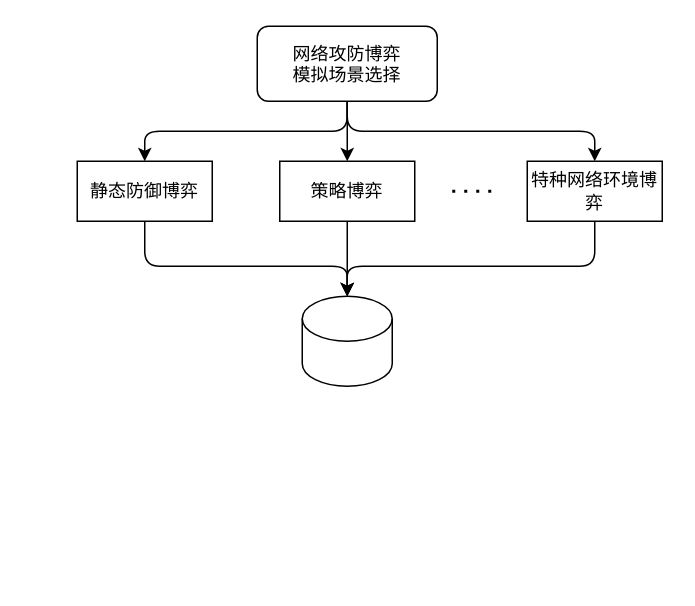
Before: 投标_策略评估流程.drawio in undinuanao/-, a draw.io diagram. Source tidied: cells renumbered, new cells numbered last; positions are measured from the earlier drawing's top-left corner, leaving out a move shared by most shapes. Both pictures are drawn from the tidied source at 150%, with x=0, y=0 at pixel (76, 26).
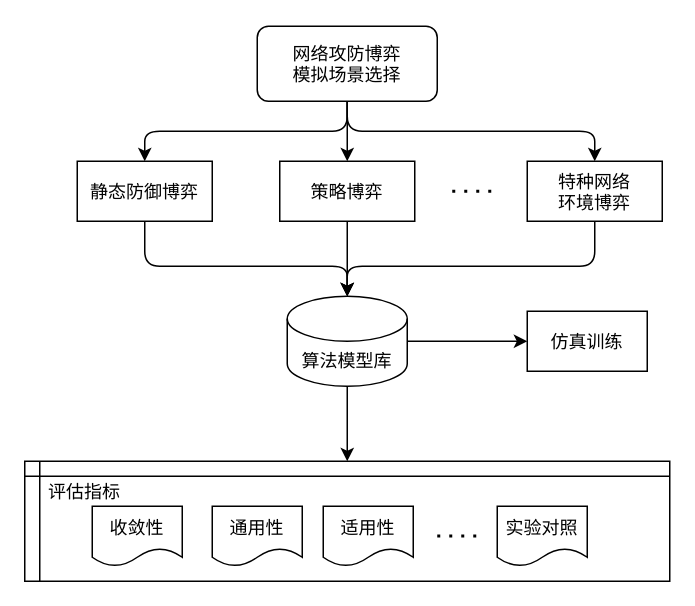
Above is the later version.

Commit message (it also covers changes not shown here):
更新投标_策略评估流程.drawio

The change refers to these unchanged cells:
```xml
<mxCell id="2" value="网络攻防博弈&#10;模拟场景选择" style="rounded=1;" parent="1" vertex="1">
  <mxGeometry x="120" width="120" height="50" as="geometry" />
</mxCell>
```

Change to the diagram source:
```diff
@@
-    <mxCell id="3" value="静态防御博弈" style="rounded=0;whiteSpace=wrap;html=1;" parent="1" vertex="1">
+    <mxCell id="3" value="静态防御博弈" style="rounded=0;" parent="1" vertex="1">
       <mxGeometry y="90" width="90" height="40" as="geometry" />
     </mxCell>
-    <mxCell id="4" value="策略博弈" style="rounded=0;whiteSpace=wrap;html=1;" parent="1" vertex="1">
+    <mxCell id="4" value="策略博弈" style="rounded=0;" parent="1" vertex="1">
       <mxGeometry x="135" y="90" width="90" height="40" as="geometry" />
     </mxCell>
-    <mxCell id="5" value="特种网络环境博弈" style="rounded=0;whiteSpace=wrap;html=1;" parent="1" vertex="1">
+    <mxCell id="5" value="特种网络&#10;环境博弈" style="rounded=0;" parent="1" vertex="1">
       <mxGeometry x="300" y="90" width="90" height="40" as="geometry" />
     </mxCell>
-    <mxCell id="6" style="endArrow=none;dashed=1;html=1;dashPattern=1 3;strokeWidth=2;" parent="1" edge="1">
+    <mxCell id="6" style="endArrow=none;dashed=1;dashPattern=1 3;strokeWidth=2;" parent="1" edge="1">
       <mxGeometry relative="1" as="geometry">
         <mxPoint x="250" y="110" as="sourcePoint" />
         <mxPoint x="280" y="110" as="targetPoint" />
       </mxGeometry>
     </mxCell>
-    <mxCell id="7" style="endArrow=classic;html=1;exitX=0.5;exitY=1;exitDx=0;exitDy=0;entryX=0.5;entryY=0;entryDx=0;entryDy=0;" parent="1" edge="1" source="2" target="4">
+    <mxCell id="7" style="endArrow=classic;exitX=0.5;exitY=1;exitDx=0;exitDy=0;entryX=0.5;entryY=0;entryDx=0;entryDy=0;" parent="1" edge="1" source="2" target="4">
       <mxGeometry relative="1" as="geometry" />
     </mxCell>
-    <mxCell id="8" style="endArrow=classic;html=1;exitX=0.5;exitY=1;exitDx=0;exitDy=0;entryX=0.5;entryY=0;entryDx=0;entryDy=0;" parent="1" edge="1" source="2" target="3">
+    <mxCell id="8" style="endArrow=classic;exitX=0.5;exitY=1;exitDx=0;exitDy=0;entryX=0.5;entryY=0;entryDx=0;entryDy=0;" parent="1" edge="1" source="2" target="3">
       <mxGeometry relative="1" as="geometry">
         <Array as="points">
           <mxPoint x="180" y="70" />
           <mxPoint x="45" y="70" />
         </Array>
       </mxGeometry>
     </mxCell>
-    <mxCell id="9" style="endArrow=classic;html=1;exitX=0.5;exitY=1;exitDx=0;exitDy=0;entryX=0.5;entryY=0;entryDx=0;entryDy=0;" parent="1" edge="1" source="2" target="5">
+    <mxCell id="9" style="endArrow=classic;exitX=0.5;exitY=1;exitDx=0;exitDy=0;entryX=0.5;entryY=0;entryDx=0;entryDy=0;" parent="1" edge="1" source="2" target="5">
       <mxGeometry relative="1" as="geometry">
         <Array as="points">
           <mxPoint x="180" y="70" />
           <mxPoint x="345" y="70" />
         </Array>
       </mxGeometry>
     </mxCell>
-    <mxCell id="10" style="shape=cylinder3;whiteSpace=wrap;html=1;boundedLbl=1;backgroundOutline=1;size=15;" parent="1" vertex="1">
-      <mxGeometry x="150" y="180" width="60" height="60" as="geometry" />
+    <mxCell id="10" value="算法模型库" style="shape=cylinder3;boundedLbl=1;backgroundOutline=1;size=15;" parent="1" vertex="1">
+      <mxGeometry x="140" y="180" width="80" height="60" as="geometry" />
     </mxCell>
-    <mxCell id="11" style="endArrow=classic;html=1;exitX=0.5;exitY=1;exitDx=0;exitDy=0;entryX=0.5;entryY=0;entryDx=0;entryDy=0;entryPerimeter=0;" parent="1" edge="1" source="3" target="10">
+    <mxCell id="11" style="endArrow=classic;exitX=0.5;exitY=1;exitDx=0;exitDy=0;entryX=0.5;entryY=0;entryDx=0;entryDy=0;entryPerimeter=0;" parent="1" edge="1" source="3" target="10">
       <mxGeometry relative="1" as="geometry">
         <Array as="points">
           <mxPoint x="45" y="160" />
           <mxPoint x="180" y="160" />
         </Array>
       </mxGeometry>
     </mxCell>
-    <mxCell id="12" style="endArrow=classic;html=1;exitX=0.5;exitY=1;exitDx=0;exitDy=0;entryX=0.5;entryY=0;entryDx=0;entryDy=0;entryPerimeter=0;" parent="1" edge="1" source="4" target="10">
+    <mxCell id="12" style="endArrow=classic;exitX=0.5;exitY=1;exitDx=0;exitDy=0;entryX=0.5;entryY=0;entryDx=0;entryDy=0;entryPerimeter=0;" parent="1" edge="1" source="4" target="10">
       <mxGeometry relative="1" as="geometry" />
     </mxCell>
-    <mxCell id="13" style="endArrow=classic;html=1;exitX=0.5;exitY=1;exitDx=0;exitDy=0;entryX=0.5;entryY=0;entryDx=0;entryDy=0;entryPerimeter=0;" parent="1" edge="1" source="5" target="10">
+    <mxCell id="13" style="endArrow=classic;exitX=0.5;exitY=1;exitDx=0;exitDy=0;entryX=0.5;entryY=0;entryDx=0;entryDy=0;entryPerimeter=0;" parent="1" edge="1" source="5" target="10">
       <mxGeometry relative="1" as="geometry">
         <Array as="points">
           <mxPoint x="345" y="160" />
           <mxPoint x="180" y="160" />
         </Array>
       </mxGeometry>
     </mxCell>
+    <mxCell id="14" value="仿真训练" style="rounded=0;" parent="1" vertex="1">
+      <mxGeometry x="300" y="190" width="80" height="40" as="geometry" />
+    </mxCell>
+    <mxCell id="15" style="endArrow=classic;exitX=1;exitY=0.5;exitDx=0;exitDy=0;exitPerimeter=0;entryX=0;entryY=0.5;entryDx=0;entryDy=0;" parent="1" edge="1" source="10" target="14">
+      <mxGeometry relative="1" as="geometry" />
+    </mxCell>
+    <mxCell id="16" style="endArrow=classic;exitX=0.5;exitY=1;exitDx=0;exitDy=0;exitPerimeter=0;entryX=0.5;entryY=0;entryDx=0;entryDy=0;" parent="1" edge="1" source="10" target="17">
+      <mxGeometry relative="1" as="geometry" />
+    </mxCell>
+    <mxCell id="17" style="shape=internalStorage;backgroundOutline=1;dx=10;dy=10;" parent="1" vertex="1">
+      <mxGeometry x="-35" y="290" width="430" height="80" as="geometry" />
+    </mxCell>
+    <mxCell id="18" value="收敛性" style="shape=document;boundedLbl=1;" parent="1" vertex="1">
+      <mxGeometry x="10" y="320" width="60" height="40" as="geometry" />
+    </mxCell>
+    <mxCell id="19" value="通用性" style="shape=document;boundedLbl=1;" parent="1" vertex="1">
+      <mxGeometry x="90" y="320" width="60" height="40" as="geometry" />
+    </mxCell>
+    <mxCell id="20" value="适用性" style="shape=document;boundedLbl=1;" parent="1" vertex="1">
+      <mxGeometry x="164" y="320" width="60" height="40" as="geometry" />
+    </mxCell>
+    <mxCell id="21" style="endArrow=none;dashed=1;dashPattern=1 3;strokeWidth=2;" parent="1" edge="1">
+      <mxGeometry relative="1" as="geometry">
+        <mxPoint x="240" y="339.8" as="sourcePoint" />
+        <mxPoint x="270" y="339.8" as="targetPoint" />
+      </mxGeometry>
+    </mxCell>
+    <mxCell id="22" value="实验对照" style="shape=document;boundedLbl=1;" parent="1" vertex="1">
+      <mxGeometry x="280" y="320" width="60" height="40" as="geometry" />
+    </mxCell>
+    <mxCell id="23" value="评估指标" style="text;strokeColor=none;fillColor=none;align=center;verticalAlign=middle;rounded=0;" parent="1" vertex="1">
+      <mxGeometry x="-20" y="300" width="50" height="20" as="geometry" />
+    </mxCell>
```
